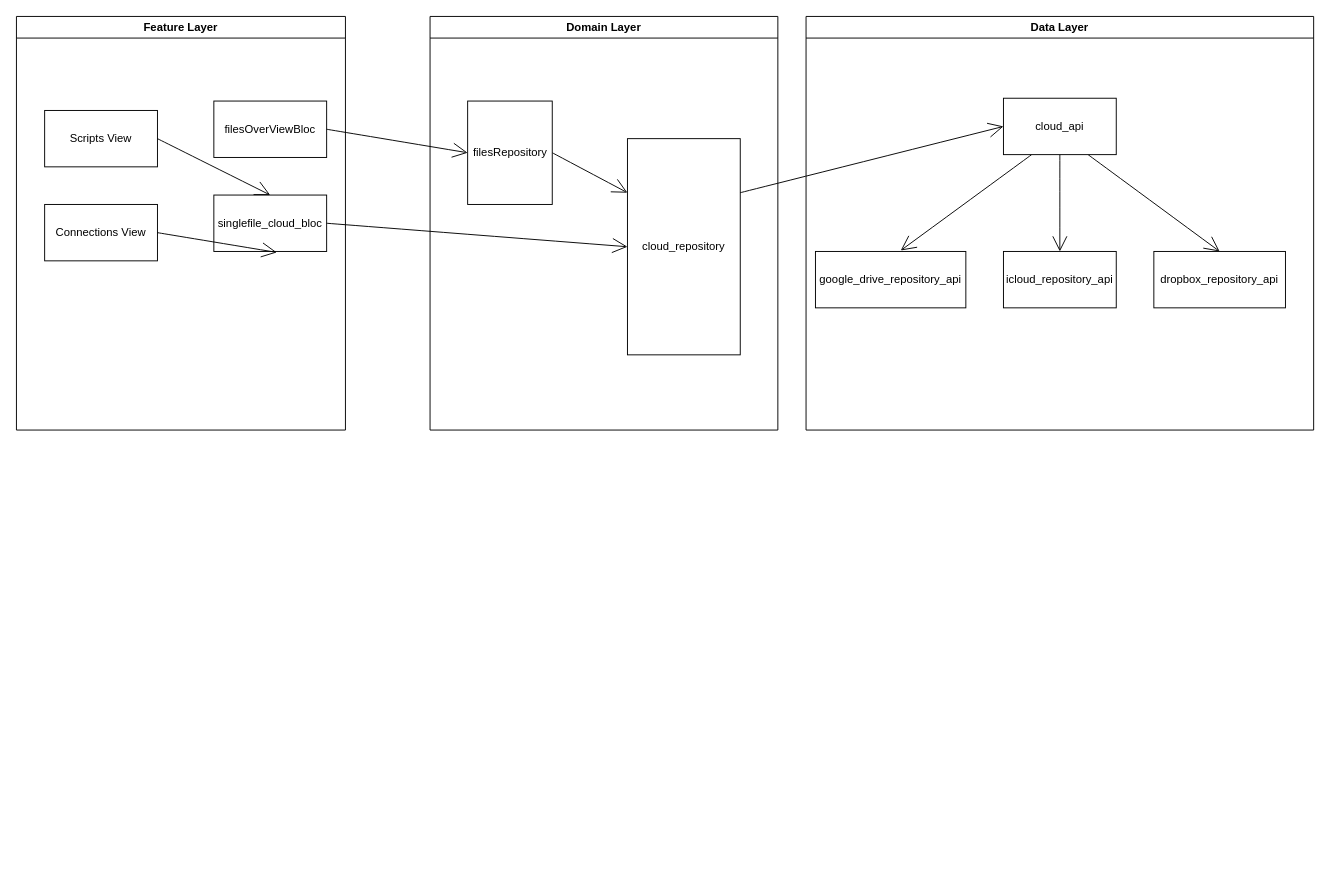
The draw.io diagram page "第 1 页" (1 of 6) of file_cloud.drawio in hiwenhu/FlutterUtilsPackages, before the edit. Source tidied: cells renumbered, new cells numbered last; positions are measured from the earlier drawing's top-left corner, leaving out a move shared by most shapes. Both pictures are drawn from the tidied source at 94%, with x=0, y=0 at pixel (16, 16).
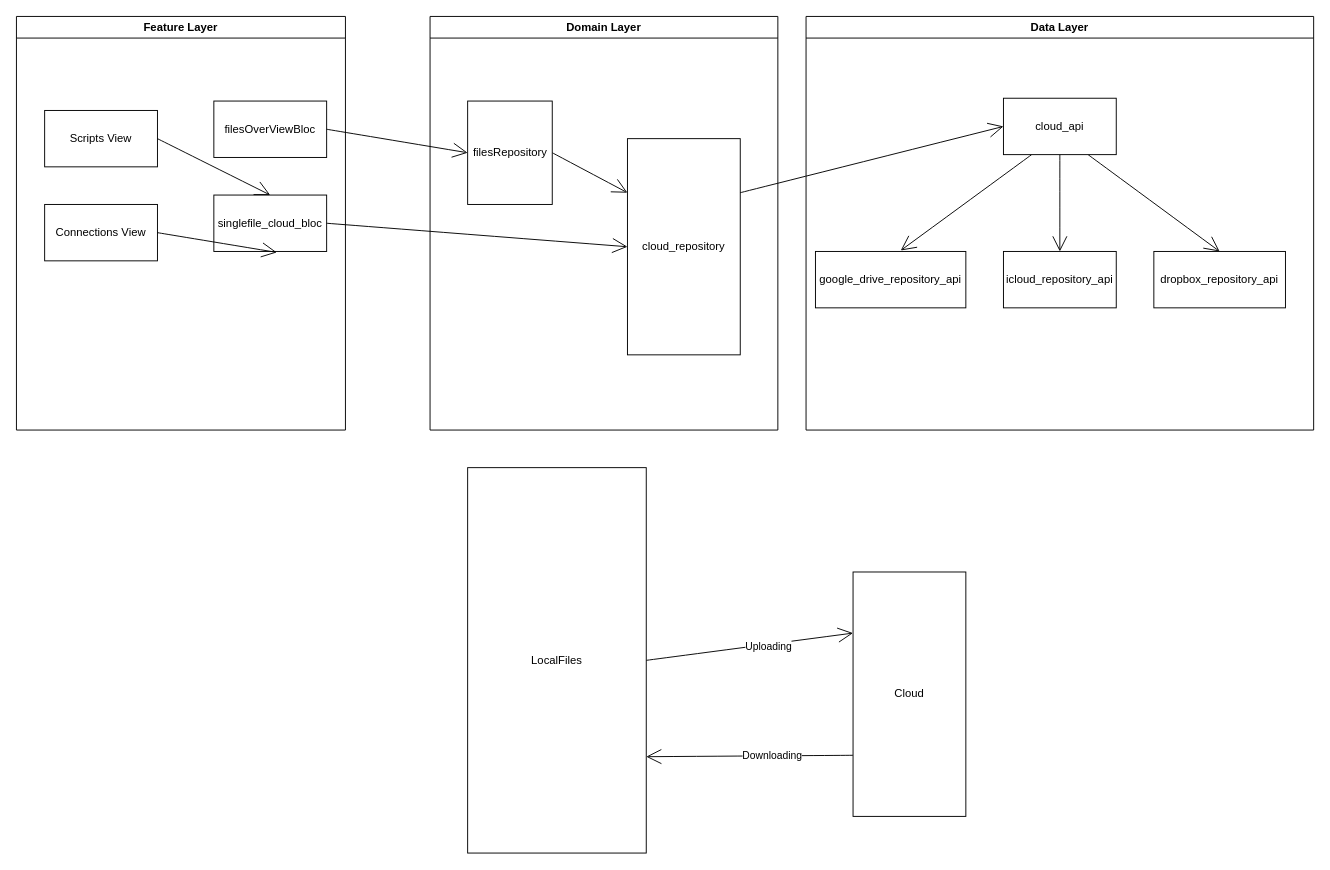
After the change.

The edit, as a diff of the source:
```diff
@@
+    <mxCell id="24" style="edgeStyle=none;curved=1;rounded=0;jettySize=auto;html=1;exitX=1;exitY=0.5;exitDx=0;exitDy=0;entryX=0;entryY=0.25;entryDx=0;entryDy=0;endArrow=open;startSize=14;endSize=14;sourcePerimeterSpacing=8;targetPerimeterSpacing=8;" parent="1" edge="1" source="26" target="29">
+      <mxGeometry relative="1" as="geometry" />
+    </mxCell>
+    <mxCell id="25" value="Uploading" style="edgeLabel;html=1;align=center;verticalAlign=middle;" parent="24" vertex="1">
+      <mxGeometry x="0.17" y="-1" relative="1" as="geometry" />
+    </mxCell>
+    <mxCell id="26" value="LocalFiles" style="rounded=0;whiteSpace=wrap;html=1;hachureGap=4;" parent="1" vertex="1">
+      <mxGeometry x="480" y="480" width="190" height="410" as="geometry" />
+    </mxCell>
+    <mxCell id="27" style="edgeStyle=none;curved=1;rounded=0;jettySize=auto;html=1;exitX=0;exitY=0.75;exitDx=0;exitDy=0;entryX=1;entryY=0.75;entryDx=0;entryDy=0;endArrow=open;startSize=14;endSize=14;sourcePerimeterSpacing=8;targetPerimeterSpacing=8;" parent="1" edge="1" source="29" target="26">
+      <mxGeometry relative="1" as="geometry" />
+    </mxCell>
+    <mxCell id="28" value="Downloading" style="edgeLabel;html=1;align=center;verticalAlign=middle;" parent="27" vertex="1">
+      <mxGeometry x="-0.22" y="-1" relative="1" as="geometry" />
+    </mxCell>
+    <mxCell id="29" value="Cloud" style="rounded=0;whiteSpace=wrap;html=1;hachureGap=4;" parent="1" vertex="1">
+      <mxGeometry x="890" y="591" width="120" height="260" as="geometry" />
+    </mxCell>
```
